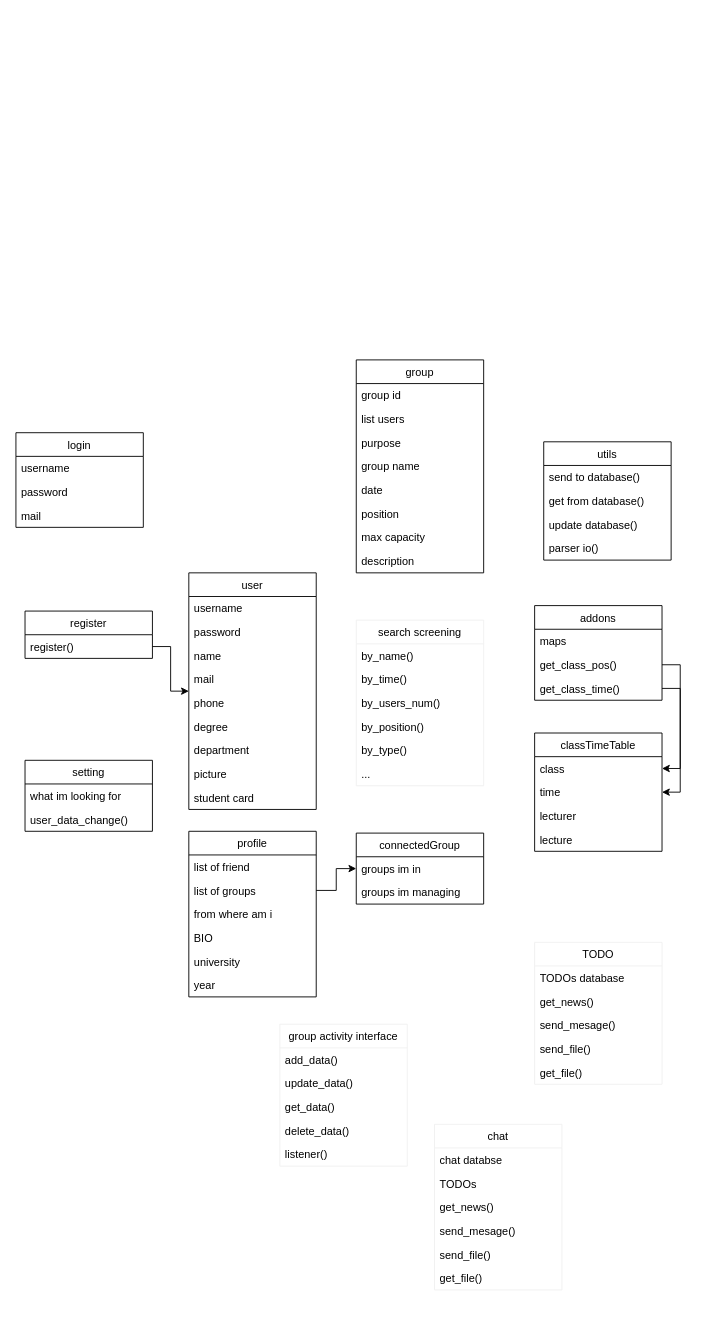
Above: documents/Class diagram.drawio in nadavsuissa/WeStudent (draw.io), before the change. Source tidied: cells renumbered, new cells numbered last; positions are measured from the earlier drawing's top-left corner, leaving out a move shared by most shapes. Both pictures are drawn from the tidied source at 91%, with x=0, y=0 at pixel (15, 359).
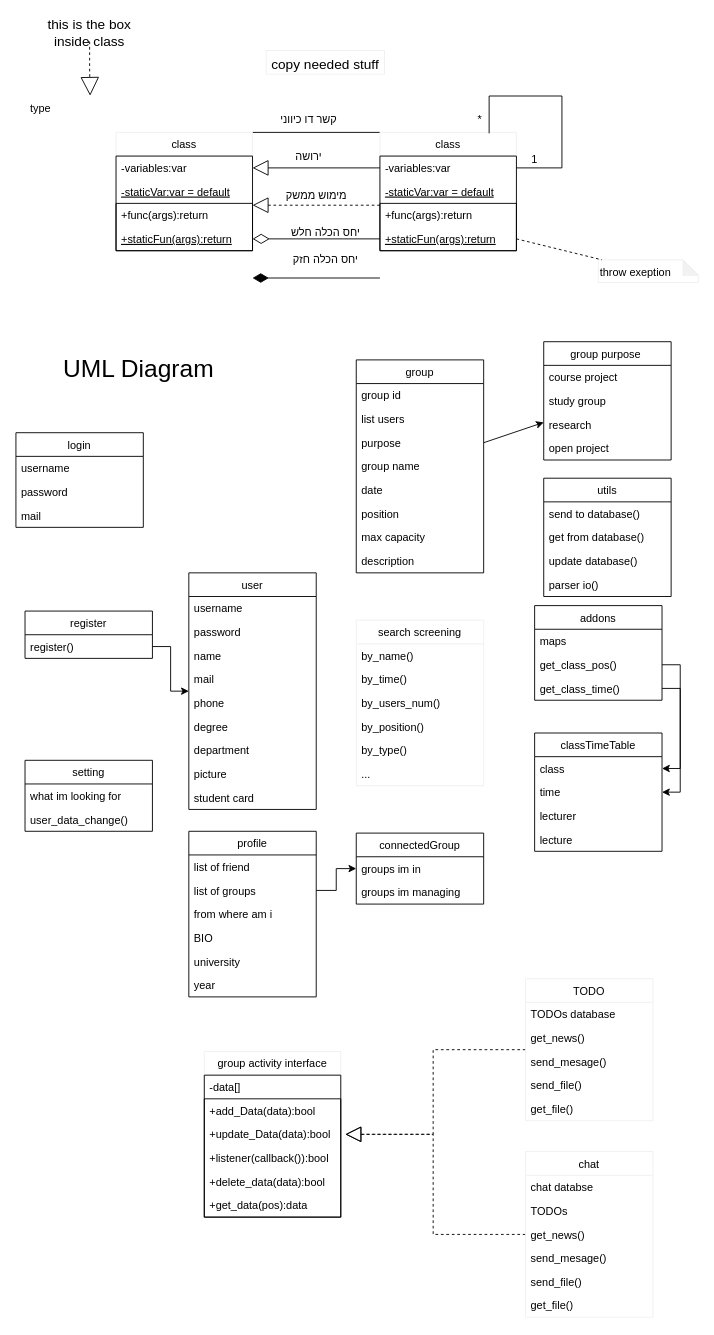
After the change.

Commit message:
added UML example

The change refers to these unchanged cells:
```xml
<mxCell id="19" value="purpose" style="text;strokeColor=none;fillColor=none;align=left;verticalAlign=top;spacingLeft=4;spacingRight=4;overflow=hidden;points=[[0,0.5],[1,0.5]];portConstraint=eastwest;" parent="16" vertex="1">
  <mxGeometry y="78" width="140" height="26" as="geometry" />
</mxCell>
```

Change to the diagram source:
```diff
@@
     <mxCell id="53" value="utils" style="swimlane;fontStyle=0;horizontal=1;startSize=26;" parent="1" vertex="1">
-      <mxGeometry x="580" y="90" width="140" height="130" as="geometry" />
+      <mxGeometry x="580" y="130" width="140" height="130" as="geometry" />
     </mxCell>
@@
+    <mxCell id="84" style="edgeStyle=orthogonalEdgeStyle;rounded=0;sketch=0;jumpStyle=none;jumpSize=6;html=1;shadow=0;endArrow=block;endFill=0;endSize=15;targetPerimeterSpacing=5;dashed=1;" parent="1" edge="1" source="65" target="72">
+      <mxGeometry relative="1" as="geometry" />
+    </mxCell>
     <mxCell id="65" value="chat" style="swimlane;fontStyle=0;horizontal=1;startSize=26;strokeColor=#f0f0f0;fillColor=none;" parent="1" vertex="1">
-      <mxGeometry x="460" y="840" width="140" height="182" as="geometry" />
+      <mxGeometry x="560" y="870" width="140" height="182" as="geometry" />
     </mxCell>
@@
-    <mxCell id="72" value="group activity interface" style="swimlane;fontStyle=0;horizontal=1;startSize=26;strokeColor=#f0f0f0;fillColor=none;" parent="1" vertex="1">
-      <mxGeometry x="290" y="730" width="140" height="156" as="geometry" />
-    </mxCell>
-    <mxCell id="73" value="add_data()" style="text;strokeColor=none;fillColor=none;align=left;verticalAlign=top;spacingLeft=4;spacingRight=4;overflow=hidden;" parent="72" vertex="1">
-      <mxGeometry y="26" width="140" height="26" as="geometry" />
-    </mxCell>
-    <mxCell id="74" value="update_data()" style="text;strokeColor=none;fillColor=none;align=left;verticalAlign=top;spacingLeft=4;spacingRight=4;overflow=hidden;" parent="72" vertex="1">
-      <mxGeometry y="52" width="140" height="26" as="geometry" />
-    </mxCell>
-    <mxCell id="75" value="get_data()" style="text;strokeColor=none;fillColor=none;align=left;verticalAlign=top;spacingLeft=4;spacingRight=4;overflow=hidden;" parent="72" vertex="1">
-      <mxGeometry y="78" width="140" height="26" as="geometry" />
-    </mxCell>
-    <mxCell id="76" value="delete_data()" style="text;strokeColor=none;fillColor=none;align=left;verticalAlign=top;spacingLeft=4;spacingRight=4;overflow=hidden;" parent="72" vertex="1">
-      <mxGeometry y="104" width="140" height="26" as="geometry" />
-    </mxCell>
-    <mxCell id="77" value="listener()" style="text;strokeColor=none;fillColor=none;align=left;verticalAlign=top;spacingLeft=4;spacingRight=4;overflow=hidden;" parent="72" vertex="1">
-      <mxGeometry y="130" width="140" height="26" as="geometry" />
-    </mxCell>
+    <mxCell id="85" style="edgeStyle=orthogonalEdgeStyle;rounded=0;sketch=0;jumpStyle=none;jumpSize=6;html=1;shadow=0;endArrow=block;endFill=0;endSize=15;targetPerimeterSpacing=5;dashed=1;" parent="1" edge="1" source="78" target="72">
+      <mxGeometry relative="1" as="geometry" />
+    </mxCell>
     <mxCell id="78" value="TODO" style="swimlane;fontStyle=0;horizontal=1;startSize=26;strokeColor=#f0f0f0;fillColor=none;" parent="1" vertex="1">
-      <mxGeometry x="570" y="640" width="140" height="156" as="geometry" />
+      <mxGeometry x="560" y="680" width="140" height="156" as="geometry" />
     </mxCell>
@@
+    <mxCell id="86" value="group purpose " style="swimlane;fontStyle=0;horizontal=1;startSize=26;" parent="1" vertex="1">
+      <mxGeometry x="580" y="-20" width="140" height="130" as="geometry" />
+    </mxCell>
+    <mxCell id="87" value="course project" style="text;strokeColor=none;fillColor=none;align=left;verticalAlign=top;spacingLeft=4;spacingRight=4;overflow=hidden;" parent="86" vertex="1">
+      <mxGeometry y="26" width="140" height="26" as="geometry" />
+    </mxCell>
+    <mxCell id="88" value="study group" style="text;strokeColor=none;fillColor=none;align=left;verticalAlign=top;spacingLeft=4;spacingRight=4;overflow=hidden;" parent="86" vertex="1">
+      <mxGeometry y="52" width="140" height="26" as="geometry" />
+    </mxCell>
+    <mxCell id="89" value="research" style="text;strokeColor=none;fillColor=none;align=left;verticalAlign=top;spacingLeft=4;spacingRight=4;overflow=hidden;" parent="86" vertex="1">
+      <mxGeometry y="78" width="140" height="26" as="geometry" />
+    </mxCell>
+    <mxCell id="90" value="open project" style="text;strokeColor=none;fillColor=none;align=left;verticalAlign=top;spacingLeft=4;spacingRight=4;overflow=hidden;" parent="86" vertex="1">
+      <mxGeometry y="104" width="140" height="26" as="geometry" />
+    </mxCell>
+    <mxCell id="91" style="edgeStyle=none;html=1;exitX=1;exitY=0.5;exitDx=0;exitDy=0;" parent="1" edge="1" source="19" target="86">
+      <mxGeometry relative="1" as="geometry" />
+    </mxCell>
+    <mxCell id="92" style="edgeStyle=none;html=1;exitX=0;exitY=0;exitDx=0;exitDy=0;endArrow=none;endFill=0;endSize=13;targetPerimeterSpacing=5;entryX=1;entryY=0;entryDx=0;entryDy=0;" parent="1" edge="1" source="93" target="105">
+      <mxGeometry relative="1" as="geometry" />
+    </mxCell>
+    <mxCell id="93" value="class" style="swimlane;fontStyle=0;horizontal=1;startSize=26;rounded=0;shadow=0;glass=0;comic=0;sketch=0;strokeColor=#f0f0f0;fillColor=none;gradientColor=none;verticalAlign=top;" parent="1" vertex="1">
+      <mxGeometry x="400" y="-250" width="150" height="130" as="geometry" />
+    </mxCell>
+    <mxCell id="94" value="fun" style="swimlane;fontStyle=0;horizontal=1;startSize=0;rounded=0;shadow=0;glass=0;comic=0;sketch=0;verticalAlign=top;swimlaneLine=0;swimlaneFillColor=none;fillColor=none;noLabel=1;overflow=visible;fixDash=0;perimeter=rectanglePerimeter;" parent="93" vertex="1">
+      <mxGeometry y="26" width="150" height="104" as="geometry" />
+    </mxCell>
+    <mxCell id="95" value="-variables:var" style="text;strokeColor=none;fillColor=none;align=left;verticalAlign=top;spacingLeft=4;spacingRight=4;overflow=hidden;points=[[0,0.5],[1,0.5]];portConstraint=eastwest;" parent="94" vertex="1">
+      <mxGeometry width="150" height="26" as="geometry" />
+    </mxCell>
+    <mxCell id="96" value="-staticVar:var = default" style="text;strokeColor=none;fillColor=none;align=left;verticalAlign=top;spacingLeft=4;spacingRight=4;overflow=hidden;fontStyle=4;" parent="94" vertex="1">
+      <mxGeometry y="26" width="150" height="26" as="geometry" />
+    </mxCell>
+    <mxCell id="97" value="fun" style="swimlane;fontStyle=0;horizontal=1;startSize=0;rounded=0;shadow=0;glass=0;comic=0;sketch=0;verticalAlign=top;swimlaneLine=0;swimlaneFillColor=none;fillColor=none;noLabel=1;overflow=visible;fixDash=0;perimeter=rectanglePerimeter;" parent="94" vertex="1">
+      <mxGeometry y="52" width="150" height="52" as="geometry" />
+    </mxCell>
+    <mxCell id="98" value="+func(args):return&#10;" style="text;strokeColor=none;fillColor=none;align=left;verticalAlign=top;spacingLeft=4;spacingRight=4;overflow=hidden;" parent="97" vertex="1">
+      <mxGeometry width="150" height="26" as="geometry" />
+    </mxCell>
+    <mxCell id="99" value="+staticFun(args):return" style="text;strokeColor=none;fillColor=none;align=left;verticalAlign=top;spacingLeft=4;spacingRight=4;overflow=hidden;points=[[0,0.5],[1,0.5]];portConstraint=eastwest;fontStyle=4;" parent="97" vertex="1">
+      <mxGeometry y="26" width="150" height="26" as="geometry" />
+    </mxCell>
+    <mxCell id="100" style="edgeStyle=orthogonalEdgeStyle;html=1;exitX=1;exitY=0.5;exitDx=0;exitDy=0;endArrow=none;endFill=0;endSize=18;targetPerimeterSpacing=5;elbow=vertical;jumpStyle=none;sketch=0;jumpSize=6;shadow=0;rounded=0;" parent="93" edge="1" source="95">
+      <mxGeometry relative="1" as="geometry">
+        <mxPoint x="120" y="1" as="targetPoint" />
+        <Array as="points">
+          <mxPoint x="200" y="39" />
+          <mxPoint x="200" y="-40" />
+          <mxPoint x="120" y="-40" />
+        </Array>
+      </mxGeometry>
+    </mxCell>
+    <mxCell id="101" value="&lt;font style=&quot;font-size: 27px&quot;&gt;UML Diagram&lt;/font&gt;" style="text;html=1;strokeColor=none;fillColor=none;align=center;verticalAlign=middle;whiteSpace=wrap;rounded=0;shadow=0;glass=0;comic=0;sketch=0;startSize=0;" parent="1" vertex="1">
+      <mxGeometry x="30" width="210" height="20" as="geometry" />
+    </mxCell>
+    <mxCell id="102" value="copy needed stuff" style="text;fillColor=none;align=left;verticalAlign=top;spacingLeft=4;spacingRight=4;overflow=hidden;rounded=0;shadow=0;glass=0;comic=0;sketch=0;startSize=0;fontSize=15;strokeColor=#f0f0f0;" parent="1" vertex="1">
+      <mxGeometry x="275" y="-340" width="130" height="26" as="geometry" />
+    </mxCell>
+    <mxCell id="103" value="throw exeption" style="shape=note;whiteSpace=wrap;html=1;backgroundOutline=1;darkOpacity=0.05;rounded=0;shadow=0;glass=0;comic=0;sketch=0;startSize=0;strokeColor=#f0f0f0;fillColor=none;gradientColor=none;verticalAlign=top;size=17;align=left;" parent="1" vertex="1">
+      <mxGeometry x="640" y="-110" width="110" height="25" as="geometry" />
+    </mxCell>
+    <mxCell id="104" style="endArrow=none;html=1;startSize=0;exitX=1;exitY=0.5;exitDx=0;exitDy=0;dashed=1;" parent="1" edge="1" source="99" target="103">
+      <mxGeometry relative="1" as="geometry" />
+    </mxCell>
+    <mxCell id="105" value="class" style="swimlane;fontStyle=0;horizontal=1;startSize=26;rounded=0;shadow=0;glass=0;comic=0;sketch=0;strokeColor=#f0f0f0;fillColor=none;gradientColor=none;verticalAlign=top;" parent="1" vertex="1">
+      <mxGeometry x="110" y="-250" width="150" height="130" as="geometry" />
+    </mxCell>
+    <mxCell id="106" value="fun" style="swimlane;fontStyle=0;horizontal=1;startSize=0;rounded=0;shadow=0;glass=0;comic=0;sketch=0;verticalAlign=top;swimlaneLine=0;swimlaneFillColor=none;fillColor=none;noLabel=1;overflow=visible;fixDash=0;perimeter=rectanglePerimeter;" parent="105" vertex="1">
+      <mxGeometry y="26" width="150" height="104" as="geometry" />
+    </mxCell>
+    <mxCell id="107" value="-variables:var" style="text;strokeColor=none;fillColor=none;align=left;verticalAlign=top;spacingLeft=4;spacingRight=4;overflow=hidden;points=[[0,0.5],[1,0.5]];portConstraint=eastwest;" parent="106" vertex="1">
+      <mxGeometry width="150" height="26" as="geometry" />
+    </mxCell>
+    <mxCell id="108" value="-staticVar:var = default" style="text;strokeColor=none;fillColor=none;align=left;verticalAlign=top;spacingLeft=4;spacingRight=4;overflow=hidden;fontStyle=4;" parent="106" vertex="1">
+      <mxGeometry y="26" width="150" height="26" as="geometry" />
+    </mxCell>
+    <mxCell id="109" value="fun" style="swimlane;fontStyle=0;horizontal=1;startSize=0;rounded=0;shadow=0;glass=0;comic=0;sketch=0;verticalAlign=top;swimlaneLine=0;swimlaneFillColor=none;fillColor=none;noLabel=1;overflow=visible;fixDash=0;perimeter=rectanglePerimeter;" parent="106" vertex="1">
+      <mxGeometry y="52" width="150" height="52" as="geometry" />
+    </mxCell>
+    <mxCell id="110" value="+func(args):return&#10;" style="text;strokeColor=none;fillColor=none;align=left;verticalAlign=top;spacingLeft=4;spacingRight=4;overflow=hidden;" parent="109" vertex="1">
+      <mxGeometry width="150" height="26" as="geometry" />
+    </mxCell>
+    <mxCell id="111" value="+staticFun(args):return" style="text;strokeColor=none;fillColor=none;align=left;verticalAlign=top;spacingLeft=4;spacingRight=4;overflow=hidden;points=[[0,0.5],[1,0.5]];portConstraint=eastwest;fontStyle=4;" parent="109" vertex="1">
+      <mxGeometry y="26" width="150" height="26" as="geometry" />
+    </mxCell>
+    <mxCell id="112" style="edgeStyle=none;html=1;exitX=0;exitY=0.5;exitDx=0;exitDy=0;endArrow=block;endFill=0;endSize=15;entryX=1;entryY=0.5;entryDx=0;entryDy=0;" parent="1" edge="1" source="95" target="107">
+      <mxGeometry relative="1" as="geometry" />
+    </mxCell>
+    <mxCell id="113" value="ירושה&lt;br&gt;" style="text;html=1;strokeColor=none;fillColor=none;align=center;verticalAlign=middle;whiteSpace=wrap;rounded=0;shadow=0;glass=0;comic=0;sketch=0;startSize=0;" parent="1" vertex="1">
+      <mxGeometry x="302" y="-233" width="40" height="20" as="geometry" />
+    </mxCell>
+    <mxCell id="114" value="קשר דו כיווני" style="text;html=1;strokeColor=none;fillColor=none;align=center;verticalAlign=middle;whiteSpace=wrap;rounded=0;shadow=0;glass=0;comic=0;sketch=0;startSize=0;" parent="1" vertex="1">
+      <mxGeometry x="287" y="-274" width="70" height="20" as="geometry" />
+    </mxCell>
+    <mxCell id="115" style="edgeStyle=none;html=1;endArrow=block;endFill=0;endSize=15;targetPerimeterSpacing=5;dashed=1;" parent="1" edge="1">
+      <mxGeometry relative="1" as="geometry">
+        <mxPoint x="400" y="-170" as="sourcePoint" />
+        <mxPoint x="260" y="-170" as="targetPoint" />
+      </mxGeometry>
+    </mxCell>
+    <mxCell id="116" value="מימוש ממשק" style="text;html=1;align=center;verticalAlign=middle;strokeColor=none;" parent="1" vertex="1">
+      <mxGeometry x="290" y="-190" width="80" height="20" as="geometry" />
+    </mxCell>
+    <mxCell id="117" style="edgeStyle=none;html=1;exitX=0;exitY=0.5;exitDx=0;exitDy=0;entryX=1;entryY=0.5;entryDx=0;entryDy=0;endArrow=diamondThin;endFill=0;endSize=16;targetPerimeterSpacing=5;" parent="1" edge="1" source="99" target="111">
+      <mxGeometry relative="1" as="geometry" />
+    </mxCell>
+    <mxCell id="118" value="יחס הכלה חלש" style="text;html=1;align=center;verticalAlign=middle;strokeColor=none;" parent="1" vertex="1">
+      <mxGeometry x="295" y="-150" width="90" height="20" as="geometry" />
+    </mxCell>
+    <mxCell id="119" style="edgeStyle=none;html=1;exitX=0;exitY=0.5;exitDx=0;exitDy=0;entryX=1;entryY=0.5;entryDx=0;entryDy=0;endArrow=diamondThin;endFill=1;endSize=15;targetPerimeterSpacing=5;" parent="1" edge="1">
+      <mxGeometry relative="1" as="geometry">
+        <mxPoint x="400" y="-90" as="sourcePoint" />
+        <mxPoint x="260" y="-90" as="targetPoint" />
+      </mxGeometry>
+    </mxCell>
+    <mxCell id="120" value="יחס הכלה חזק" style="text;html=1;align=center;verticalAlign=middle;strokeColor=none;" parent="1" vertex="1">
+      <mxGeometry x="300" y="-120" width="80" height="20" as="geometry" />
+    </mxCell>
+    <mxCell id="121" value="1" style="text;html=1;strokeColor=none;fillColor=none;align=center;verticalAlign=middle;whiteSpace=wrap;rounded=0;shadow=0;glass=0;comic=0;sketch=0;startSize=0;" parent="1" vertex="1">
+      <mxGeometry x="550" y="-230" width="40" height="20" as="geometry" />
+    </mxCell>
+    <mxCell id="122" value="*" style="text;html=1;strokeColor=none;fillColor=none;align=center;verticalAlign=middle;whiteSpace=wrap;rounded=0;shadow=0;glass=0;comic=0;sketch=0;startSize=0;" parent="1" vertex="1">
+      <mxGeometry x="490" y="-274" width="40" height="20" as="geometry" />
+    </mxCell>
+    <mxCell id="72" value="group activity interface" style="swimlane;fontStyle=0;horizontal=1;startSize=26;rounded=0;shadow=0;glass=0;comic=0;sketch=0;strokeColor=#f0f0f0;fillColor=none;gradientColor=none;verticalAlign=top;" parent="1" vertex="1">
+      <mxGeometry x="207" y="760" width="150" height="182" as="geometry" />
+    </mxCell>
+    <mxCell id="123" value="fun" style="swimlane;fontStyle=0;horizontal=1;startSize=0;rounded=0;shadow=0;glass=0;comic=0;sketch=0;verticalAlign=top;swimlaneLine=0;swimlaneFillColor=none;fillColor=none;noLabel=1;overflow=visible;fixDash=0;perimeter=rectanglePerimeter;" parent="72" vertex="1">
+      <mxGeometry y="26" width="150" height="156" as="geometry" />
+    </mxCell>
+    <mxCell id="124" value="-data[]" style="text;strokeColor=none;fillColor=none;align=left;verticalAlign=top;spacingLeft=4;spacingRight=4;overflow=hidden;" parent="123" vertex="1">
+      <mxGeometry width="150" height="26" as="geometry" />
+    </mxCell>
+    <mxCell id="125" value="fun" style="swimlane;fontStyle=0;horizontal=1;startSize=0;rounded=0;shadow=0;glass=0;comic=0;sketch=0;verticalAlign=top;swimlaneLine=0;swimlaneFillColor=none;fillColor=none;noLabel=1;overflow=visible;fixDash=0;perimeter=rectanglePerimeter;" parent="123" vertex="1">
+      <mxGeometry y="26" width="150" height="130" as="geometry" />
+    </mxCell>
+    <mxCell id="126" value="+add_Data(data):bool" style="text;strokeColor=none;fillColor=none;align=left;verticalAlign=top;spacingLeft=4;spacingRight=4;overflow=hidden;" parent="125" vertex="1">
+      <mxGeometry width="150" height="26" as="geometry" />
+    </mxCell>
+    <mxCell id="127" value="+update_Data(data):bool" style="text;strokeColor=none;fillColor=none;align=left;verticalAlign=top;spacingLeft=4;spacingRight=4;overflow=hidden;" parent="125" vertex="1">
+      <mxGeometry y="26" width="150" height="26" as="geometry" />
+    </mxCell>
+    <mxCell id="128" value="+listener(callback()):bool" style="text;strokeColor=none;fillColor=none;align=left;verticalAlign=top;spacingLeft=4;spacingRight=4;overflow=hidden;" parent="125" vertex="1">
+      <mxGeometry y="52" width="150" height="26" as="geometry" />
+    </mxCell>
+    <mxCell id="129" value="+delete_data(data):bool" style="text;strokeColor=none;fillColor=none;align=left;verticalAlign=top;spacingLeft=4;spacingRight=4;overflow=hidden;" parent="125" vertex="1">
+      <mxGeometry y="78" width="150" height="26" as="geometry" />
+    </mxCell>
+    <mxCell id="130" value="+get_data(pos):data" style="text;strokeColor=none;fillColor=none;align=left;verticalAlign=top;spacingLeft=4;spacingRight=4;overflow=hidden;" parent="125" vertex="1">
+      <mxGeometry y="104" width="150" height="26" as="geometry" />
+    </mxCell>
+    <mxCell id="131" value="type" style="text;strokeColor=none;fillColor=none;align=left;verticalAlign=top;spacingLeft=4;spacingRight=4;overflow=hidden;points=[[0,0.5],[1,0.5]];portConstraint=eastwest;" parent="1" vertex="1">
+      <mxGeometry x="10" y="-290" width="140" height="26" as="geometry" />
+    </mxCell>
+    <mxCell id="132" style="edgeStyle=orthogonalEdgeStyle;rounded=0;sketch=0;jumpStyle=none;jumpSize=6;html=1;exitX=0.5;exitY=1;exitDx=0;exitDy=0;entryX=0.511;entryY=-0.012;entryDx=0;entryDy=0;entryPerimeter=0;shadow=0;dashed=1;fontSize=15;endArrow=block;endFill=0;endSize=18;targetPerimeterSpacing=5;" parent="1" edge="1" source="133" target="131">
+      <mxGeometry relative="1" as="geometry" />
+    </mxCell>
+    <mxCell id="133" value="this is the box inside class" style="text;html=1;strokeColor=none;fillColor=none;align=center;verticalAlign=middle;whiteSpace=wrap;rounded=0;shadow=0;glass=0;comic=0;sketch=0;fontSize=15;startSize=0;" parent="1" vertex="1">
+      <mxGeometry x="31" y="-370" width="100" height="20" as="geometry" />
+    </mxCell>
```
